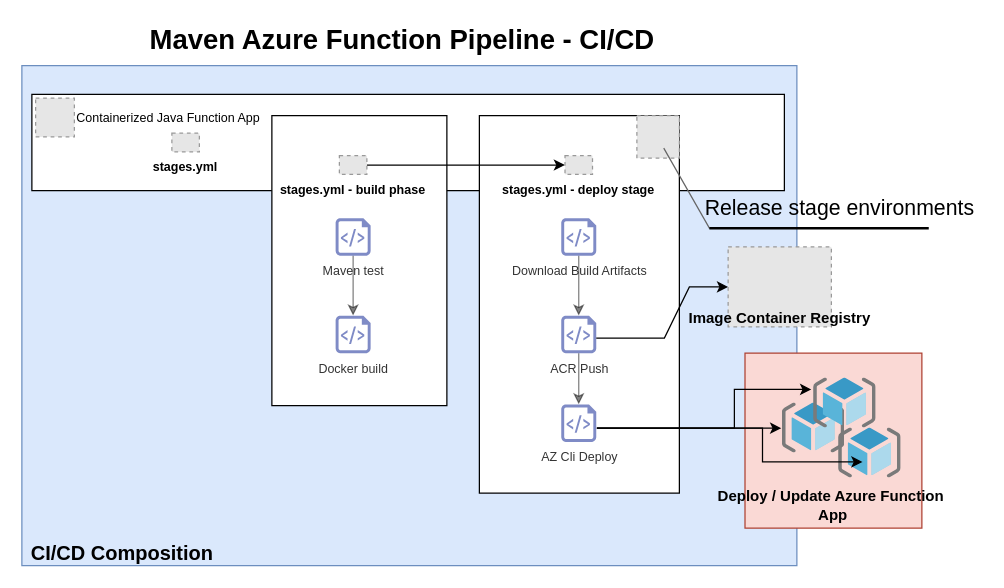
Above: devops/providers/azure-devops/templates/function_app_maven/.images/CICD_Maven_Azure_Function_Pipeline_v1.drawio in microsoft/cobalt (draw.io), before the change. Source tidied: cells renumbered, new cells numbered last; positions are measured from the earlier drawing's top-left corner, leaving out a move shared by most shapes. Both pictures are drawn from the tidied source at 125%, with x=0, y=0 at pixel (21, 21). Pictures stored in the file or linked from it are replaced by grey dashed boxes.
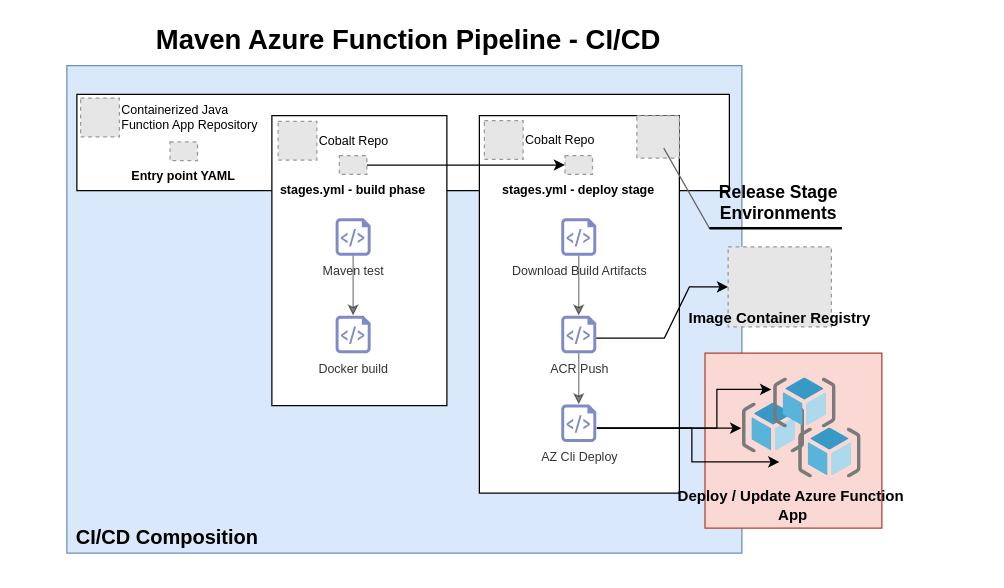
Above is the later version.

What changed in the source:
```diff
@@
     <mxCell id="2" style="whiteSpace=wrap;html=1;labelBackgroundColor=none;fontSize=12;fillColor=#dae8fc;strokeColor=#6c8ebf;horizontal=1;" parent="1" vertex="1">
-      <mxGeometry y="35" width="620" height="400" as="geometry" />
+      <mxGeometry x="36" y="35" width="540" height="390" as="geometry" />
     </mxCell>
     <mxCell id="3" style="whiteSpace=wrap;html=1;labelBackgroundColor=none;fontSize=10;" parent="1" vertex="1">
-      <mxGeometry x="8" y="58" width="602" height="77" as="geometry" />
+      <mxGeometry x="44" y="58" width="522" height="77" as="geometry" />
     </mxCell>
@@
     <mxCell id="5" value="Maven Azure Function Pipeline - CI/CD" style="text;html=1;align=center;verticalAlign=middle;fillColor=none;strokeColor=none;rounded=0;fontSize=22;fontStyle=1;" parent="1" vertex="1">
-      <mxGeometry x="93.5" width="420" height="30" as="geometry" />
+      <mxGeometry x="98.5" width="420" height="30" as="geometry" />
     </mxCell>
     <mxCell id="6" value="CI/CD Composition" style="text;html=1;align=center;verticalAlign=middle;fillColor=none;strokeColor=none;rounded=0;labelBackgroundColor=none;fontSize=16;fontStyle=1;" parent="1" vertex="1">
-      <mxGeometry y="415" width="160" height="20" as="geometry" />
+      <mxGeometry x="36" y="402" width="160" height="20" as="geometry" />
     </mxCell>
@@
-    <mxCell id="8" value="stages.yml" style="fillColor=#E6E6E6;strokeColor=#999999;dashed=1;verticalLabelPosition=bottom;labelBackgroundColor=none;verticalAlign=top;fontSize=10;fontStyle=1;" parent="1" vertex="1">
-      <mxGeometry x="120" y="89" width="22" height="15" as="geometry" />
+    <mxCell id="8" value="Entry point YAML" style="fillColor=#E6E6E6;strokeColor=#999999;dashed=1;verticalLabelPosition=bottom;labelBackgroundColor=none;verticalAlign=top;fontSize=10;fontStyle=1;" parent="1" vertex="1">
+      <mxGeometry x="118.5" y="96" width="22" height="15" as="geometry" />
     </mxCell>
@@
-    <mxCell id="22" value="&lt;div align=&quot;right&quot;&gt;&lt;font face=&quot;helvetica&quot;&gt;&lt;span style=&quot;font-size: 17px&quot;&gt;Release stage environments&lt;/span&gt;&lt;/font&gt;&lt;/div&gt;" style="text;html=1;align=center;verticalAlign=middle;fillColor=none;strokeColor=none;rounded=0;labelBackgroundColor=none;fontSize=12;fontColor=#000000;fontStyle=0;" parent="1" vertex="1">
-      <mxGeometry x="538.5" y="140" width="230" height="20" as="geometry" />
-    </mxCell>
     <mxCell id="23" style="line;strokeWidth=2;html=1;labelBackgroundColor=none;fontSize=12;fontColor=#007D00;" parent="1" vertex="1">
-      <mxGeometry x="550" y="160" width="175.5" height="10" as="geometry" />
+      <mxGeometry x="550" y="160" width="106" height="10" as="geometry" />
     </mxCell>
-    <mxCell id="24" value="Containerized Java Function App" style="fillColor=#E6E6E6;strokeColor=#999999;dashed=1;verticalLabelPosition=middle;labelBackgroundColor=#ffffff;verticalAlign=middle;fontSize=10;labelPosition=right;align=left;" parent="1" vertex="1">
-      <mxGeometry x="11" y="61" width="31" height="31" as="geometry" />
+    <mxCell id="24" value="Containerized Java &#10;Function App Repository" style="fillColor=#E6E6E6;strokeColor=#999999;dashed=1;verticalLabelPosition=middle;labelBackgroundColor=#ffffff;verticalAlign=middle;fontSize=10;labelPosition=right;align=left;" parent="1" vertex="1">
+      <mxGeometry x="47" y="61" width="31" height="31" as="geometry" />
     </mxCell>
@@
     <mxCell id="27" style="whiteSpace=wrap;html=1;labelBackgroundColor=none;fontSize=10;fillColor=#fad9d5;strokeColor=#ae4132;" parent="1" vertex="1">
-      <mxGeometry x="578.5" y="265" width="141.5" height="140" as="geometry" />
+      <mxGeometry x="546.5" y="265" width="141.5" height="140" as="geometry" />
     </mxCell>
     <mxCell id="28" style="html=1;points=[];align=center;image;fontSize=12;image=img/lib/mscae/ResourceGroup.svg;labelBackgroundColor=none;" parent="1" vertex="1">
-      <mxGeometry x="608.5" y="305" width="50" height="40" as="geometry" />
+      <mxGeometry x="576.5" y="305" width="50" height="40" as="geometry" />
     </mxCell>
     <mxCell id="29" style="html=1;points=[];align=center;image;fontSize=12;image=img/lib/mscae/ResourceGroup.svg;labelBackgroundColor=none;" parent="1" vertex="1">
-      <mxGeometry x="633.5" y="285" width="50" height="40" as="geometry" />
+      <mxGeometry x="601.5" y="285" width="50" height="40" as="geometry" />
     </mxCell>
     <mxCell id="30" style="html=1;align=center;image;fontSize=12;image=img/lib/mscae/ResourceGroup.svg;labelBackgroundColor=none;" parent="1" vertex="1">
-      <mxGeometry x="653.5" y="325" width="50" height="40" as="geometry" />
+      <mxGeometry x="621.5" y="325" width="50" height="40" as="geometry" />
     </mxCell>
     <mxCell id="31" value="&lt;b&gt;&lt;font color=&quot;#000000&quot;&gt;Deploy / Update Azure Function&lt;br&gt;&amp;nbsp;App&lt;br&gt;&lt;/font&gt;&lt;/b&gt;" style="text;html=1;align=center;verticalAlign=middle;fillColor=none;strokeColor=none;rounded=0;labelBackgroundColor=none;fontSize=12;fontColor=#000000;" parent="1" vertex="1">
-      <mxGeometry x="596.5" y="372" width="100" height="30" as="geometry" />
+      <mxGeometry x="564.5" y="372" width="100" height="30" as="geometry" />
     </mxCell>
@@
     <mxCell id="33" style="edgeStyle=none;rounded=0;comic=0;jettySize=auto;html=1;entryX=-0.04;entryY=0.225;entryDx=0;entryDy=0;entryPerimeter=0;shadow=0;fontSize=12;fontColor=#000000;exitX=1;exitY=0.5;exitDx=0;exitDy=0;exitPerimeter=0;" parent="1" edge="1" target="29">
       <mxGeometry relative="1" as="geometry">
         <mxPoint x="460" y="325" as="sourcePoint" />
         <Array as="points">
-          <mxPoint x="570" y="325" />
-          <mxPoint x="570" y="294" />
-          <mxPoint x="622.5" y="294" />
+          <mxPoint x="556" y="325" />
+          <mxPoint x="556" y="294" />
         </Array>
       </mxGeometry>
     </mxCell>
     <mxCell id="34" style="edgeStyle=none;rounded=0;comic=0;orthogonalLoop=1;jettySize=auto;html=1;exitX=1;exitY=0.5;exitDx=0;exitDy=0;exitPerimeter=0;shadow=0;fontSize=12;fontColor=#000000;" parent="1" edge="1">
       <mxGeometry relative="1" as="geometry">
         <mxPoint x="460" y="325" as="sourcePoint" />
-        <mxPoint x="672.5" y="352" as="targetPoint" />
+        <mxPoint x="606" y="352" as="targetPoint" />
         <Array as="points">
-          <mxPoint x="592.5" y="325" />
-          <mxPoint x="592.5" y="352" />
+          <mxPoint x="536" y="325" />
+          <mxPoint x="536" y="352" />
         </Array>
       </mxGeometry>
     </mxCell>
@@
+    <mxCell id="36" value="Cobalt Repo" style="fillColor=#E6E6E6;strokeColor=#999999;dashed=1;verticalLabelPosition=middle;labelBackgroundColor=#ffffff;verticalAlign=middle;fontSize=10;labelPosition=right;align=left;" parent="1" vertex="1">
+      <mxGeometry x="205" y="79.5" width="31" height="31" as="geometry" />
+    </mxCell>
+    <mxCell id="37" value="Cobalt Repo" style="fillColor=#E6E6E6;strokeColor=#999999;dashed=1;verticalLabelPosition=middle;labelBackgroundColor=#ffffff;verticalAlign=middle;fontSize=10;labelPosition=right;align=left;" parent="1" vertex="1">
+      <mxGeometry x="370" y="79" width="31" height="31" as="geometry" />
+    </mxCell>
+    <mxCell id="38" value="&lt;b style=&quot;font-size: 14px&quot;&gt;&lt;font color=&quot;#000000&quot; style=&quot;font-size: 14px&quot;&gt;Release Stage &lt;br&gt;Environments&lt;br style=&quot;font-size: 14px&quot;&gt;&lt;/font&gt;&lt;/b&gt;" style="text;html=1;align=center;verticalAlign=middle;fillColor=none;strokeColor=none;rounded=0;labelBackgroundColor=none;fontSize=14;fontColor=#000000;" parent="1" vertex="1">
+      <mxGeometry x="549.5" y="124" width="110" height="40" as="geometry" />
+    </mxCell>
```
